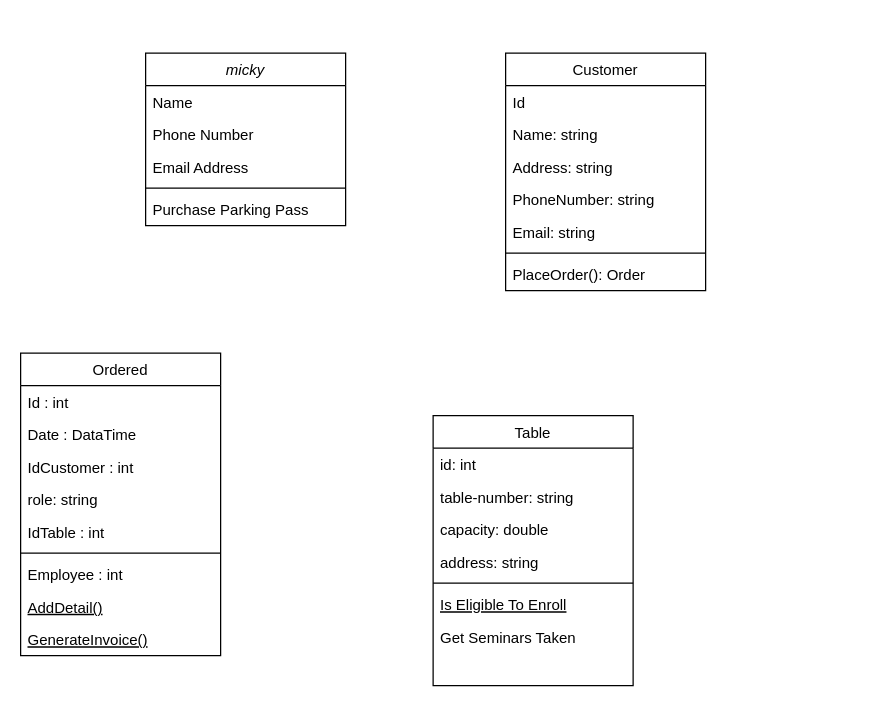
Above: Documents/Diagrama sin título.drawio in KevinAlvarezD/RestAdmin (draw.io), before the change. Source tidied: cells renumbered, new cells numbered last; positions are measured from the earlier drawing's top-left corner, leaving out a move shared by most shapes. Both pictures are drawn from the tidied source at 125%, with x=0, y=0 at pixel (20, 52).
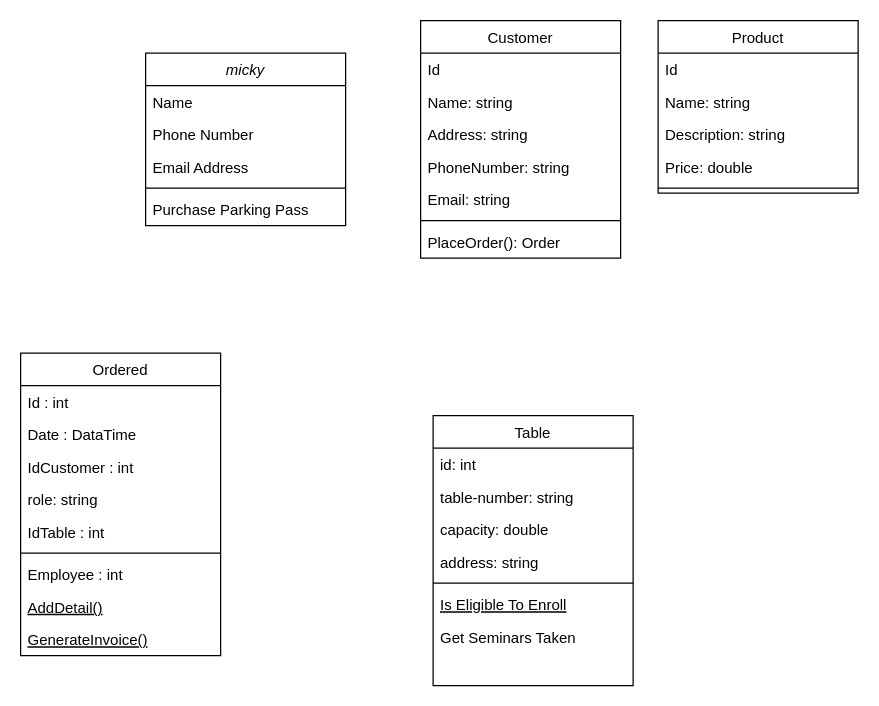
The same diagram, later.

The edit, as a diff of the source:
```diff
@@
     <mxCell id="18" value="Customer" style="swimlane;fontStyle=0;align=center;verticalAlign=top;horizontal=1;startSize=26;rounded=0;shadow=0;strokeWidth=1;" parent="1" vertex="1">
-      <mxGeometry x="388" width="160" height="190" as="geometry" />
+      <mxGeometry x="320" y="-26" width="160" height="190" as="geometry" />
     </mxCell>
@@
+    <mxCell id="34" value="Product" style="swimlane;fontStyle=0;align=center;verticalAlign=top;horizontal=1;startSize=26;rounded=0;shadow=0;strokeWidth=1;" parent="1" vertex="1">
+      <mxGeometry x="510" y="-26" width="160" height="138" as="geometry" />
+    </mxCell>
+    <mxCell id="35" value="Id" style="text;align=left;verticalAlign=top;spacingLeft=4;spacingRight=4;overflow=hidden;" parent="34" vertex="1">
+      <mxGeometry y="26" width="160" height="26" as="geometry" />
+    </mxCell>
+    <mxCell id="36" value="Name: string" style="text;align=left;verticalAlign=top;spacingLeft=4;spacingRight=4;overflow=hidden;rounded=0;shadow=0;html=0;" parent="34" vertex="1">
+      <mxGeometry y="52" width="160" height="26" as="geometry" />
+    </mxCell>
+    <mxCell id="37" value="Description: string" style="text;align=left;verticalAlign=top;spacingLeft=4;spacingRight=4;overflow=hidden;rounded=0;shadow=0;html=0;" parent="34" vertex="1">
+      <mxGeometry y="78" width="160" height="26" as="geometry" />
+    </mxCell>
+    <mxCell id="38" value="Price: double" style="text;align=left;verticalAlign=top;spacingLeft=4;spacingRight=4;overflow=hidden;rounded=0;shadow=0;html=0;" parent="34" vertex="1">
+      <mxGeometry y="104" width="160" height="26" as="geometry" />
+    </mxCell>
+    <mxCell id="39" style="line;html=1;strokeWidth=1;align=left;verticalAlign=middle;spacingTop=-1;spacingLeft=3;spacingRight=3;labelPosition=right;" parent="34" vertex="1">
+      <mxGeometry y="130" width="160" height="8" as="geometry" />
+    </mxCell>
```
